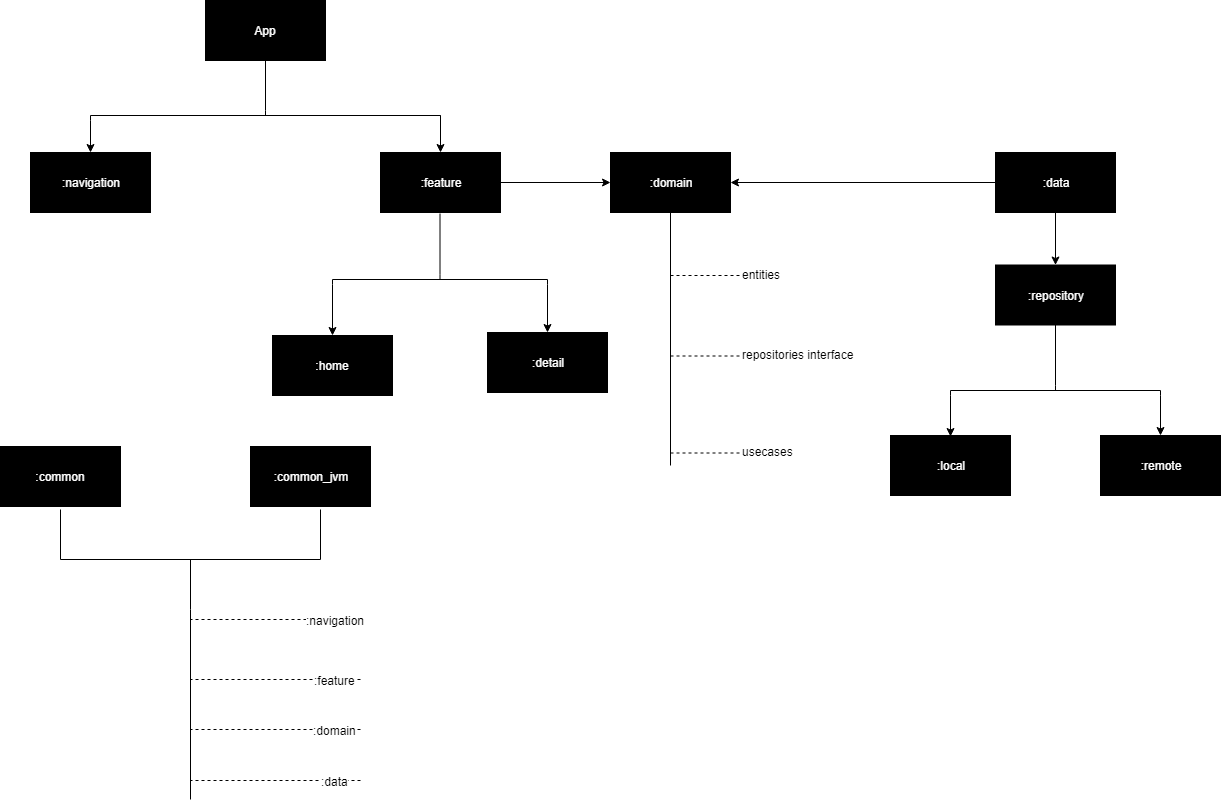
Above: diagram/multi_module.png in vancuong0429/MultipleModule (draw.io), before the change. Source tidied: cells renumbered, new cells last; positions are measured from the earlier drawing's top-left corner, leaving out a move shared by most shapes. Source of this version:
```xml
<mxGraphModel>
  <root>
    <mxCell id="0" />
    <mxCell id="1" parent="0" />
    <mxCell id="2" style="edgeStyle=orthogonalEdgeStyle;rounded=0;jettySize=auto;html=1;endArrow=classic;endFill=1;entryX=0;entryY=0.5;entryDx=0;entryDy=0;" parent="1" edge="1" source="3" target="13">
      <mxGeometry relative="1" as="geometry" />
    </mxCell>
    <mxCell id="3" value="&lt;font color=&quot;#ffffff&quot;&gt;:feature&lt;/font&gt;" style="rounded=0;whiteSpace=wrap;html=1;fillColor=#000000;" parent="1" vertex="1">
      <mxGeometry x="380" y="152" width="120" height="60" as="geometry" />
    </mxCell>
    <mxCell id="4" style="edgeStyle=orthogonalEdgeStyle;rounded=0;jettySize=auto;html=1;endArrow=classic;endFill=1;" parent="1" edge="1" source="6" target="12">
      <mxGeometry relative="1" as="geometry" />
    </mxCell>
    <mxCell id="5" style="edgeStyle=orthogonalEdgeStyle;rounded=0;jettySize=auto;html=1;endArrow=classic;endFill=1;entryX=1;entryY=0.5;entryDx=0;entryDy=0;" parent="1" edge="1" source="6" target="13">
      <mxGeometry relative="1" as="geometry" />
    </mxCell>
    <mxCell id="6" value="&lt;font color=&quot;#ffffff&quot;&gt;:data&lt;/font&gt;" style="rounded=0;whiteSpace=wrap;html=1;fillColor=#000000;" parent="1" vertex="1">
      <mxGeometry x="995" y="152" width="120" height="60" as="geometry" />
    </mxCell>
    <mxCell id="7" value="&lt;font color=&quot;#ffffff&quot;&gt;:navigation&lt;/font&gt;" style="rounded=0;whiteSpace=wrap;html=1;fillColor=#000000;" parent="1" vertex="1">
      <mxGeometry x="30" y="152" width="120" height="60" as="geometry" />
    </mxCell>
    <mxCell id="8" value="&lt;font color=&quot;#ffffff&quot;&gt;:home&lt;/font&gt;" style="rounded=0;whiteSpace=wrap;html=1;fillColor=#000000;" parent="1" vertex="1">
      <mxGeometry x="272" y="335" width="120" height="60" as="geometry" />
    </mxCell>
    <mxCell id="9" value="&lt;font color=&quot;#ffffff&quot;&gt;:detail&lt;/font&gt;" style="rounded=0;whiteSpace=wrap;html=1;fillColor=#000000;" parent="1" vertex="1">
      <mxGeometry x="487" y="332" width="120" height="60" as="geometry" />
    </mxCell>
    <mxCell id="10" value="&lt;font color=&quot;#ffffff&quot;&gt;:remote&lt;/font&gt;" style="rounded=0;whiteSpace=wrap;html=1;fillColor=#000000;" parent="1" vertex="1">
      <mxGeometry x="1100" y="435" width="120" height="60" as="geometry" />
    </mxCell>
    <mxCell id="11" value="&lt;font color=&quot;#ffffff&quot;&gt;:local&lt;/font&gt;" style="rounded=0;whiteSpace=wrap;html=1;fillColor=#000000;" parent="1" vertex="1">
      <mxGeometry x="890" y="435" width="120" height="60" as="geometry" />
    </mxCell>
    <mxCell id="12" value="&lt;font color=&quot;#ffffff&quot;&gt;:repository&lt;/font&gt;" style="rounded=0;whiteSpace=wrap;html=1;fillColor=#000000;" parent="1" vertex="1">
      <mxGeometry x="995" y="264.5" width="120" height="60" as="geometry" />
    </mxCell>
    <mxCell id="13" value="&lt;font color=&quot;#ffffff&quot;&gt;:domain&lt;/font&gt;" style="rounded=0;whiteSpace=wrap;html=1;fillColor=#000000;" parent="1" vertex="1">
      <mxGeometry x="610" y="152" width="120" height="60" as="geometry" />
    </mxCell>
    <mxCell id="14" style="endArrow=classic;html=1;exitX=1;exitY=1;exitDx=0;exitDy=0;exitPerimeter=0;entryX=0.5;entryY=0;entryDx=0;entryDy=0;" parent="1" edge="1" source="35" target="7">
      <mxGeometry relative="1" as="geometry" />
    </mxCell>
    <mxCell id="15" style="endArrow=none;html=1;entryX=0.5;entryY=1;entryDx=0;entryDy=0;" parent="1" edge="1" target="13">
      <mxGeometry relative="1" as="geometry">
        <mxPoint x="670" y="465" as="sourcePoint" />
      </mxGeometry>
    </mxCell>
    <mxCell id="16" style="group;" parent="1" vertex="1">
      <mxGeometry x="670" y="264.5" width="120" height="20" as="geometry" />
    </mxCell>
    <mxCell id="17" style="endArrow=none;dashed=1;html=1;" parent="16" edge="1">
      <mxGeometry relative="1" as="geometry">
        <mxPoint y="10.5" as="sourcePoint" />
        <mxPoint x="70" y="10.5" as="targetPoint" />
      </mxGeometry>
    </mxCell>
    <mxCell id="18" value="entities" style="text;html=1;align=left;verticalAlign=top;spacingTop=-4;" parent="16" vertex="1">
      <mxGeometry x="70" width="50" height="20" as="geometry" />
    </mxCell>
    <mxCell id="19" style="group;" parent="1" vertex="1">
      <mxGeometry x="670" y="345" width="200" height="20" as="geometry" />
    </mxCell>
    <mxCell id="20" style="endArrow=none;dashed=1;html=1;" parent="19" edge="1">
      <mxGeometry relative="1" as="geometry">
        <mxPoint y="10.5" as="sourcePoint" />
        <mxPoint x="70" y="10.5" as="targetPoint" />
      </mxGeometry>
    </mxCell>
    <mxCell id="21" value="repositories interface" style="text;html=1;align=left;verticalAlign=top;spacingTop=-4;" parent="19" vertex="1">
      <mxGeometry x="70" width="130" height="20" as="geometry" />
    </mxCell>
    <mxCell id="22" style="group;" parent="1" vertex="1">
      <mxGeometry x="670" y="442" width="140" height="20" as="geometry" />
    </mxCell>
    <mxCell id="23" style="endArrow=none;dashed=1;html=1;" parent="22" edge="1">
      <mxGeometry relative="1" as="geometry">
        <mxPoint y="10.5" as="sourcePoint" />
        <mxPoint x="70" y="10.5" as="targetPoint" />
      </mxGeometry>
    </mxCell>
    <mxCell id="24" value="usecases" style="text;html=1;align=left;verticalAlign=top;spacingTop=-4;" parent="22" vertex="1">
      <mxGeometry x="70" width="70" height="20" as="geometry" />
    </mxCell>
    <mxCell id="25" style="strokeWidth=1;html=1;shape=mxgraph.flowchart.annotation_2;align=left;direction=south;" parent="1" vertex="1">
      <mxGeometry x="950" y="385" width="210" height="10" as="geometry" />
    </mxCell>
    <mxCell id="26" style="endArrow=classic;html=1;exitX=1;exitY=1;exitDx=0;exitDy=0;exitPerimeter=0;entryX=0.5;entryY=0.017;entryDx=0;entryDy=0;entryPerimeter=0;" parent="1" edge="1" source="25" target="11">
      <mxGeometry relative="1" as="geometry" />
    </mxCell>
    <mxCell id="27" style="endArrow=classic;html=1;exitX=1;exitY=0;exitDx=0;exitDy=0;exitPerimeter=0;entryX=0.5;entryY=0;entryDx=0;entryDy=0;" parent="1" edge="1" source="25" target="10">
      <mxGeometry relative="1" as="geometry" />
    </mxCell>
    <mxCell id="28" style="endArrow=none;html=1;exitX=0;exitY=0.5;exitDx=0;exitDy=0;exitPerimeter=0;entryX=0.5;entryY=1;entryDx=0;entryDy=0;" parent="1" edge="1" source="25" target="12">
      <mxGeometry relative="1" as="geometry" />
    </mxCell>
    <mxCell id="29" style="strokeWidth=1;html=1;shape=mxgraph.flowchart.annotation_2;align=left;direction=south;" parent="1" vertex="1">
      <mxGeometry x="332" y="274" width="215" height="10" as="geometry" />
    </mxCell>
    <mxCell id="30" style="endArrow=classic;html=1;exitX=1;exitY=1;exitDx=0;exitDy=0;exitPerimeter=0;entryX=0.5;entryY=0;entryDx=0;entryDy=0;" parent="1" edge="1" source="29" target="8">
      <mxGeometry relative="1" as="geometry" />
    </mxCell>
    <mxCell id="31" style="endArrow=classic;html=1;exitX=1;exitY=0;exitDx=0;exitDy=0;exitPerimeter=0;entryX=0.5;entryY=0;entryDx=0;entryDy=0;" parent="1" edge="1" source="29" target="9">
      <mxGeometry relative="1" as="geometry" />
    </mxCell>
    <mxCell id="32" style="endArrow=none;html=1;exitX=0;exitY=0.5;exitDx=0;exitDy=0;exitPerimeter=0;entryX=0.5;entryY=1;entryDx=0;entryDy=0;" parent="1" edge="1" source="29">
      <mxGeometry relative="1" as="geometry">
        <mxPoint x="439.5" y="213" as="targetPoint" />
      </mxGeometry>
    </mxCell>
    <mxCell id="33" style="endArrow=classic;html=1;exitX=1;exitY=1;exitDx=0;exitDy=0;exitPerimeter=0;entryX=0.5;entryY=0;entryDx=0;entryDy=0;" parent="1" edge="1" target="3">
      <mxGeometry relative="1" as="geometry">
        <mxPoint x="440" y="115" as="sourcePoint" />
      </mxGeometry>
    </mxCell>
    <mxCell id="34" value="&lt;font color=&quot;#ffffff&quot;&gt;App&lt;/font&gt;" style="rounded=0;whiteSpace=wrap;html=1;fillColor=#000000;" parent="1" vertex="1">
      <mxGeometry x="205" width="120" height="60" as="geometry" />
    </mxCell>
    <mxCell id="35" style="strokeWidth=1;html=1;shape=mxgraph.flowchart.annotation_2;align=left;direction=south;" parent="1" vertex="1">
      <mxGeometry x="90" y="110" width="350" height="10" as="geometry" />
    </mxCell>
    <mxCell id="36" style="edgeStyle=orthogonalEdgeStyle;rounded=0;jettySize=auto;html=1;endArrow=none;endFill=0;" parent="1" edge="1" source="35" target="34">
      <mxGeometry relative="1" as="geometry" />
    </mxCell>
    <mxCell id="37" style="group;fillColor=none;strokeColor=none;" parent="1" vertex="1">
      <mxGeometry y="446" width="370" height="353" as="geometry" />
    </mxCell>
    <mxCell id="38" style="strokeWidth=1;html=1;shape=mxgraph.flowchart.annotation_2;align=left;direction=north;" parent="37" vertex="1">
      <mxGeometry x="60" y="63" width="260" height="100" as="geometry" />
    </mxCell>
    <mxCell id="39" style="group;fillColor=none;fontColor=#000000;strokeColor=none;" parent="37" vertex="1">
      <mxGeometry width="370" height="353" as="geometry" />
    </mxCell>
    <mxCell id="40" value="&lt;font color=&quot;#ffffff&quot;&gt;:common_jvm&lt;/font&gt;" style="rounded=0;whiteSpace=wrap;html=1;fillColor=#000000;" parent="39" vertex="1">
      <mxGeometry x="250" width="120" height="60" as="geometry" />
    </mxCell>
    <mxCell id="41" value="&lt;font color=&quot;#ffffff&quot;&gt;:common&lt;/font&gt;" style="rounded=0;whiteSpace=wrap;html=1;fillColor=#000000;" parent="39" vertex="1">
      <mxGeometry width="120" height="60" as="geometry" />
    </mxCell>
    <mxCell id="42" style="endArrow=none;html=1;exitX=0;exitY=0.5;exitDx=0;exitDy=0;exitPerimeter=0;" parent="39" edge="1" source="38">
      <mxGeometry relative="1" as="geometry">
        <mxPoint x="190" y="353" as="targetPoint" />
      </mxGeometry>
    </mxCell>
    <mxCell id="43" style="endArrow=none;dashed=1;html=1;" parent="39" edge="1">
      <mxGeometry relative="1" as="geometry">
        <mxPoint x="360" y="173" as="sourcePoint" />
        <mxPoint x="190" y="173" as="targetPoint" />
      </mxGeometry>
    </mxCell>
    <mxCell id="44" value=":navigation" style="text;html=1;align=center;verticalAlign=middle;labelBackgroundColor=#ffffff;" parent="43" vertex="1">
      <mxGeometry x="-0.69" relative="1" as="geometry" />
    </mxCell>
    <mxCell id="45" style="endArrow=none;dashed=1;html=1;" parent="39" edge="1">
      <mxGeometry relative="1" as="geometry">
        <mxPoint x="360" y="233" as="sourcePoint" />
        <mxPoint x="190" y="233" as="targetPoint" />
      </mxGeometry>
    </mxCell>
    <mxCell id="46" value=":feature" style="text;html=1;align=center;verticalAlign=middle;labelBackgroundColor=#ffffff;" parent="45" vertex="1">
      <mxGeometry x="-0.69" relative="1" as="geometry" />
    </mxCell>
    <mxCell id="47" style="endArrow=none;dashed=1;html=1;" parent="39" edge="1">
      <mxGeometry relative="1" as="geometry">
        <mxPoint x="360" y="283" as="sourcePoint" />
        <mxPoint x="190" y="283" as="targetPoint" />
      </mxGeometry>
    </mxCell>
    <mxCell id="48" value=":domain" style="text;html=1;align=center;verticalAlign=middle;labelBackgroundColor=#ffffff;" parent="47" vertex="1">
      <mxGeometry x="-0.69" relative="1" as="geometry" />
    </mxCell>
    <mxCell id="49" style="endArrow=none;dashed=1;html=1;" parent="39" edge="1">
      <mxGeometry relative="1" as="geometry">
        <mxPoint x="360" y="334" as="sourcePoint" />
        <mxPoint x="190" y="334" as="targetPoint" />
      </mxGeometry>
    </mxCell>
    <mxCell id="50" value=":data" style="text;html=1;align=center;verticalAlign=middle;labelBackgroundColor=#ffffff;" parent="49" vertex="1">
      <mxGeometry x="-0.69" relative="1" as="geometry" />
    </mxCell>
  </root>
</mxGraphModel>
```
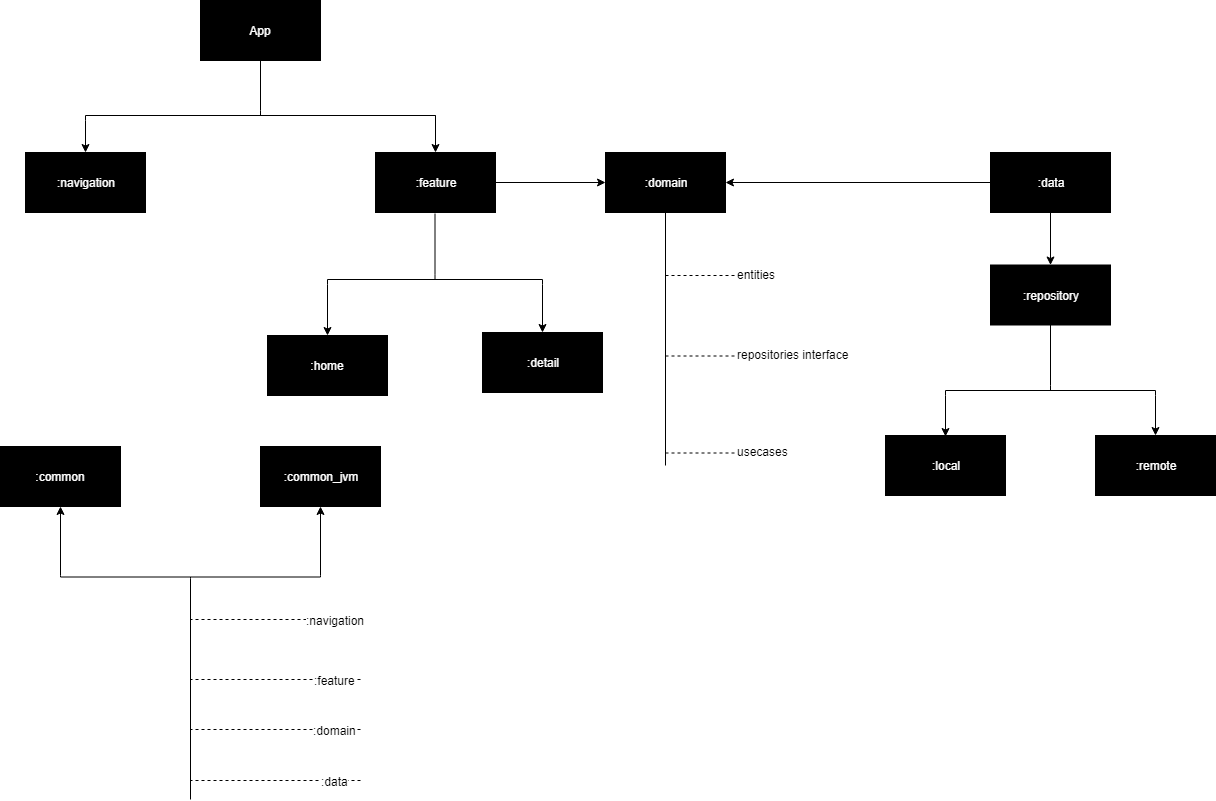
Later version of the same file.

Change to the diagram source:
```diff
@@ -123,16 +123,13 @@
       <mxGeometry relative="1" as="geometry" />
     </mxCell>
     <mxCell id="37" style="group;fillColor=none;strokeColor=none;" parent="1" vertex="1">
-      <mxGeometry y="446" width="370" height="353" as="geometry" />
+      <mxGeometry x="5" y="446" width="370" height="353" as="geometry" />
     </mxCell>
-    <mxCell id="38" style="strokeWidth=1;html=1;shape=mxgraph.flowchart.annotation_2;align=left;direction=north;" parent="37" vertex="1">
-      <mxGeometry x="60" y="63" width="260" height="100" as="geometry" />
-    </mxCell>
     <mxCell id="39" style="group;fillColor=none;fontColor=#000000;strokeColor=none;" parent="37" vertex="1">
       <mxGeometry width="370" height="353" as="geometry" />
     </mxCell>
     <mxCell id="40" value="&lt;font color=&quot;#ffffff&quot;&gt;:common_jvm&lt;/font&gt;" style="rounded=0;whiteSpace=wrap;html=1;fillColor=#000000;" parent="39" vertex="1">
-      <mxGeometry x="250" width="120" height="60" as="geometry" />
+      <mxGeometry x="260" width="120" height="60" as="geometry" />
     </mxCell>
     <mxCell id="41" value="&lt;font color=&quot;#ffffff&quot;&gt;:common&lt;/font&gt;" style="rounded=0;whiteSpace=wrap;html=1;fillColor=#000000;" parent="39" vertex="1">
       <mxGeometry width="120" height="60" as="geometry" />
@@ -178,5 +175,14 @@
     <mxCell id="50" value=":data" style="text;html=1;align=center;verticalAlign=middle;labelBackgroundColor=#ffffff;" parent="49" vertex="1">
       <mxGeometry x="-0.69" relative="1" as="geometry" />
     </mxCell>
+    <mxCell id="51" style="endArrow=classic;html=1;fontColor=#FFFFFF;entryX=0.5;entryY=1;entryDx=0;entryDy=0;exitX=1;exitY=0;exitDx=0;exitDy=0;exitPerimeter=0;" parent="39" edge="1" source="38" target="41">
+      <mxGeometry relative="1" as="geometry" />
+    </mxCell>
+    <mxCell id="52" style="endArrow=classic;html=1;fontColor=#FFFFFF;exitX=1;exitY=1;exitDx=0;exitDy=0;exitPerimeter=0;" parent="39" edge="1" source="38" target="40">
+      <mxGeometry relative="1" as="geometry" />
+    </mxCell>
+    <mxCell id="38" style="strokeWidth=1;html=1;shape=mxgraph.flowchart.annotation_2;align=left;direction=north;" parent="39" vertex="1">
+      <mxGeometry x="60" y="129" width="260" height="3" as="geometry" />
+    </mxCell>
   </root>
 </mxGraphModel>
```
